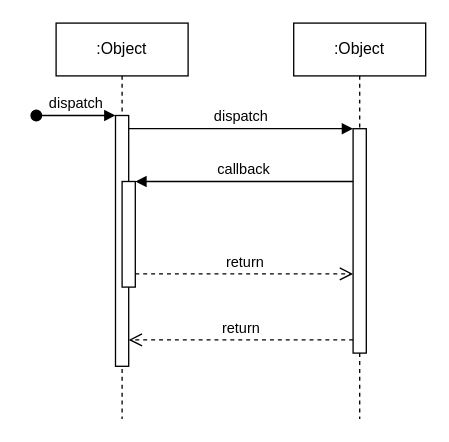
Before: Diagramme sans nom.drawio in CabrelFeukeng/pp, a draw.io diagram. Source tidied: cells renumbered, new cells numbered last; positions are measured from the earlier drawing's top-left corner, leaving out a move shared by most shapes. Both pictures are drawn from the tidied source at 132%, with x=0, y=0 at pixel (36, 22).
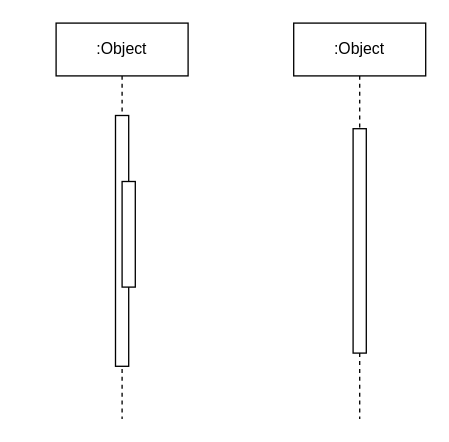
The same diagram, later.

Commit message (it also covers changes not shown here):
Mettre à jour Diagramme sans nom.drawio

What changed in the source:
```diff
@@
 <mxGraphModel>
   <root>
     <mxCell id="0" />
     <mxCell id="1" parent="0" />
     <mxCell id="2" value=":Object" style="shape=umlLifeline;perimeter=lifelinePerimeter;whiteSpace=wrap;html=1;newEdgeStyle={&quot;edgeStyle&quot;:&quot;elbowEdgeStyle&quot;,&quot;elbow&quot;:&quot;vertical&quot;,&quot;curved&quot;:0,&quot;rounded&quot;:0};" parent="1" vertex="1">
       <mxGeometry x="15" width="100" height="300" as="geometry" />
     </mxCell>
     <mxCell id="3" style="html=1;points=[];perimeter=orthogonalPerimeter;outlineConnect=0;targetShapes=umlLifeline;portConstraint=eastwest;newEdgeStyle={&quot;edgeStyle&quot;:&quot;elbowEdgeStyle&quot;,&quot;elbow&quot;:&quot;vertical&quot;,&quot;curved&quot;:0,&quot;rounded&quot;:0};" parent="2" vertex="1">
       <mxGeometry x="45" y="70" width="10" height="190" as="geometry" />
     </mxCell>
-    <mxCell id="4" value="dispatch" style="html=1;verticalAlign=bottom;startArrow=oval;endArrow=block;startSize=8;edgeStyle=elbowEdgeStyle;elbow=vertical;curved=0;rounded=0;" parent="2" edge="1" target="3">
-      <mxGeometry relative="1" as="geometry">
-        <mxPoint x="-15" y="70" as="sourcePoint" />
-      </mxGeometry>
-    </mxCell>
     <mxCell id="5" style="html=1;points=[];perimeter=orthogonalPerimeter;outlineConnect=0;targetShapes=umlLifeline;portConstraint=eastwest;newEdgeStyle={&quot;edgeStyle&quot;:&quot;elbowEdgeStyle&quot;,&quot;elbow&quot;:&quot;vertical&quot;,&quot;curved&quot;:0,&quot;rounded&quot;:0};" parent="2" vertex="1">
       <mxGeometry x="50" y="120" width="10" height="80" as="geometry" />
     </mxCell>
     <mxCell id="6" value=":Object" style="shape=umlLifeline;perimeter=lifelinePerimeter;whiteSpace=wrap;html=1;newEdgeStyle={&quot;edgeStyle&quot;:&quot;elbowEdgeStyle&quot;,&quot;elbow&quot;:&quot;vertical&quot;,&quot;curved&quot;:0,&quot;rounded&quot;:0};" parent="1" vertex="1">
       <mxGeometry x="195" width="100" height="300" as="geometry" />
     </mxCell>
     <mxCell id="7" style="html=1;points=[];perimeter=orthogonalPerimeter;outlineConnect=0;targetShapes=umlLifeline;portConstraint=eastwest;newEdgeStyle={&quot;edgeStyle&quot;:&quot;elbowEdgeStyle&quot;,&quot;elbow&quot;:&quot;vertical&quot;,&quot;curved&quot;:0,&quot;rounded&quot;:0};" parent="6" vertex="1">
       <mxGeometry x="45" y="80" width="10" height="170" as="geometry" />
     </mxCell>
-    <mxCell id="8" value="dispatch" style="html=1;verticalAlign=bottom;endArrow=block;edgeStyle=elbowEdgeStyle;elbow=vertical;curved=0;rounded=0;" parent="1" edge="1" source="3" target="7">
-      <mxGeometry relative="1" as="geometry">
-        <Array as="points">
-          <mxPoint x="155" y="80" />
-        </Array>
-      </mxGeometry>
-    </mxCell>
-    <mxCell id="9" value="return" style="html=1;verticalAlign=bottom;endArrow=open;dashed=1;endSize=8;edgeStyle=elbowEdgeStyle;elbow=vertical;curved=0;rounded=0;" parent="1" edge="1" source="7" target="3">
-      <mxGeometry relative="1" as="geometry">
-        <Array as="points">
-          <mxPoint x="165" y="240" />
-        </Array>
-      </mxGeometry>
-    </mxCell>
-    <mxCell id="10" value="callback" style="html=1;verticalAlign=bottom;endArrow=block;edgeStyle=elbowEdgeStyle;elbow=vertical;curved=0;rounded=0;" parent="1" edge="1" source="7" target="5">
-      <mxGeometry relative="1" as="geometry">
-        <Array as="points">
-          <mxPoint x="165" y="120" />
-        </Array>
-      </mxGeometry>
-    </mxCell>
-    <mxCell id="11" value="return" style="html=1;verticalAlign=bottom;endArrow=open;dashed=1;endSize=8;edgeStyle=elbowEdgeStyle;elbow=vertical;curved=0;rounded=0;" parent="1" edge="1" source="5" target="7">
-      <mxGeometry relative="1" as="geometry">
-        <Array as="points">
-          <mxPoint x="155" y="190" />
-        </Array>
-      </mxGeometry>
-    </mxCell>
   </root>
 </mxGraphModel>
```
